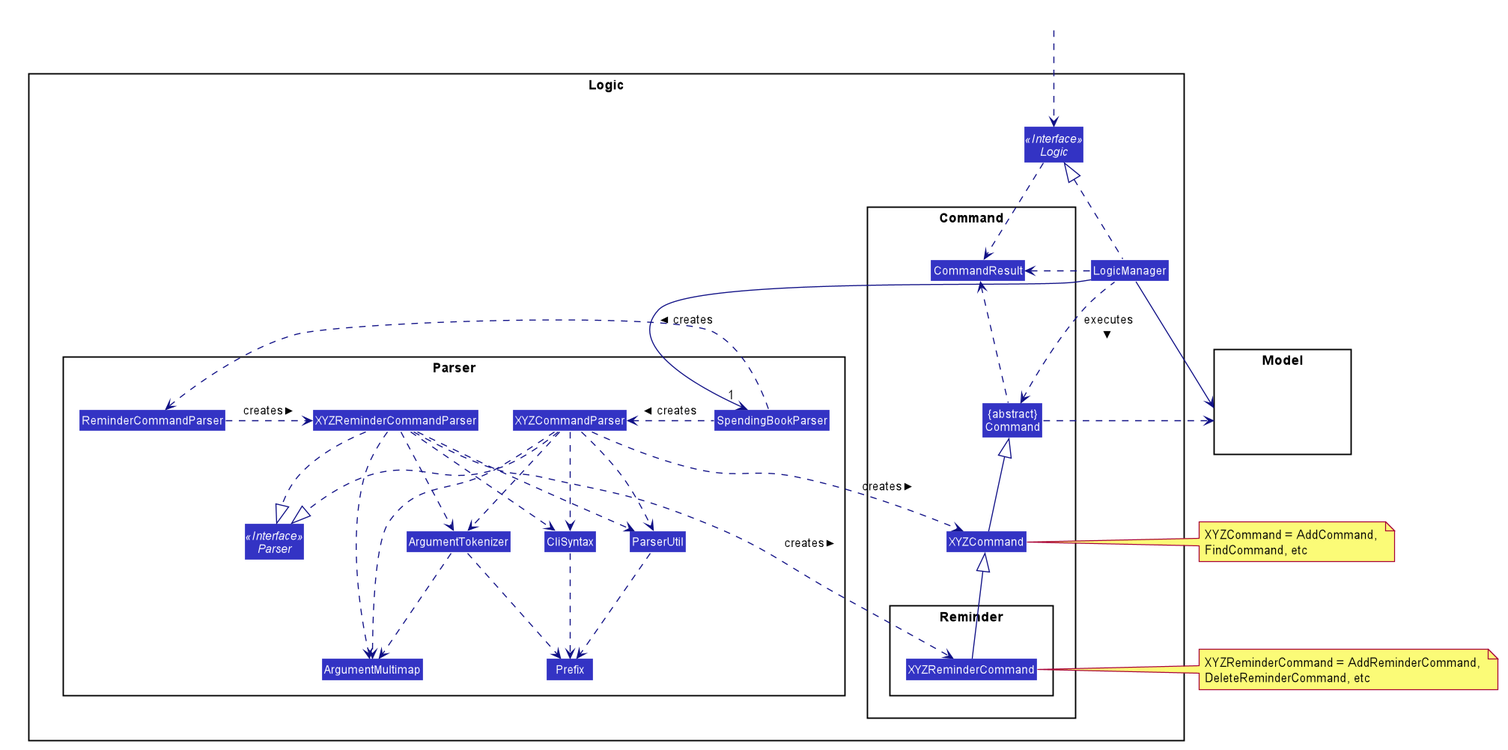
nus-cs2103-AY1920S1/addressbook-level3 keeps this PlantUML diagram as docs/images/LogicClassDiagram.png. Above is the earlier version.
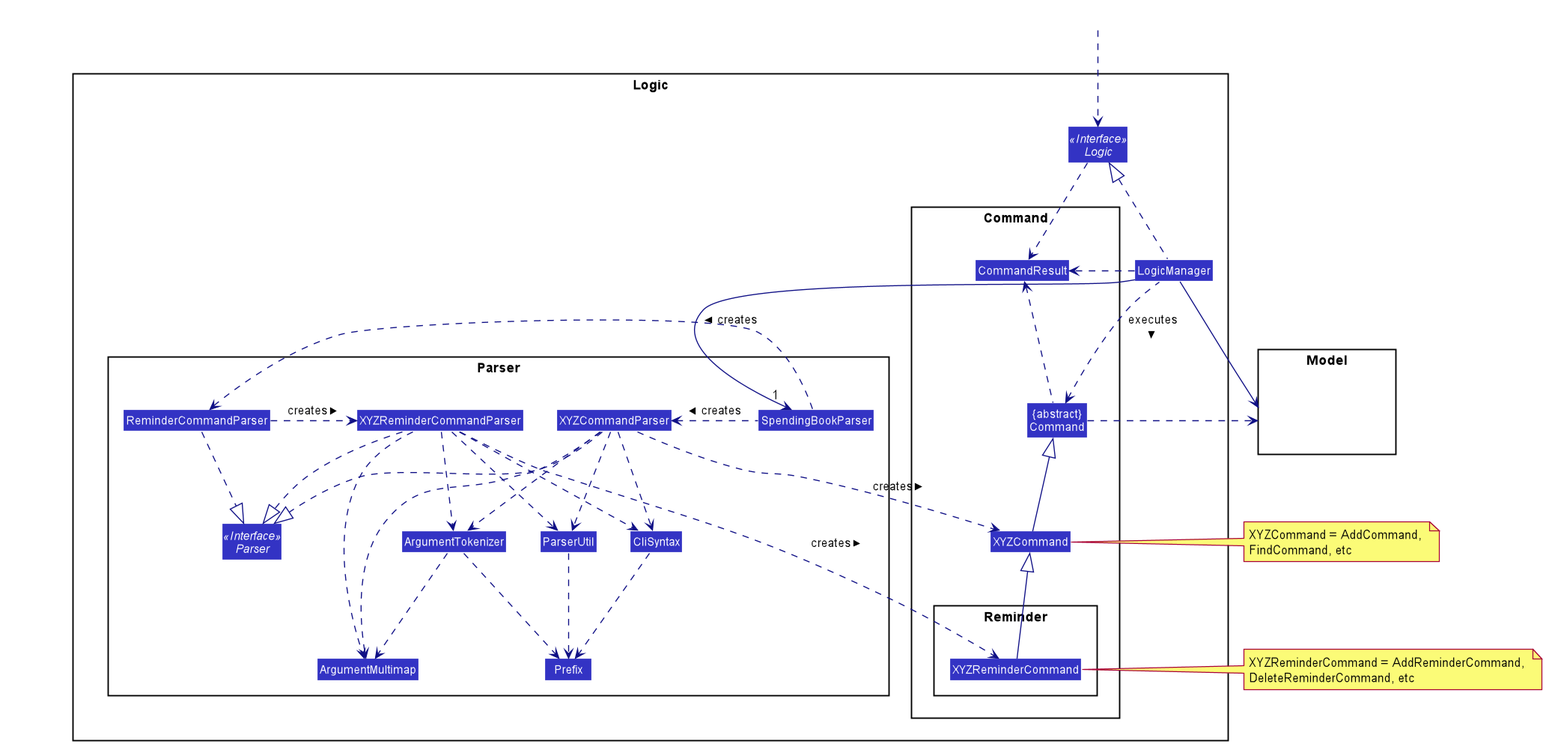
Later version of the same file.

Commit message:
added architectureSequence Diagram for adding reminder, Design consideration into DG

The edit, as a diff of the source:
```diff
@@ -91,6 +91,7 @@
 SpendingBookParser .left.> XYZCommandParser: creates >
 SpendingBookParser .left.> ReminderCommandParser: creates >
 ReminderCommandParser .right.> XYZReminderCommandParser: creates >
+ReminderCommandParser .down.|> Parser
 
 XYZCommandParser ..> XYZCommand : creates >
 XYZCommandParser ..|> Parser
```
